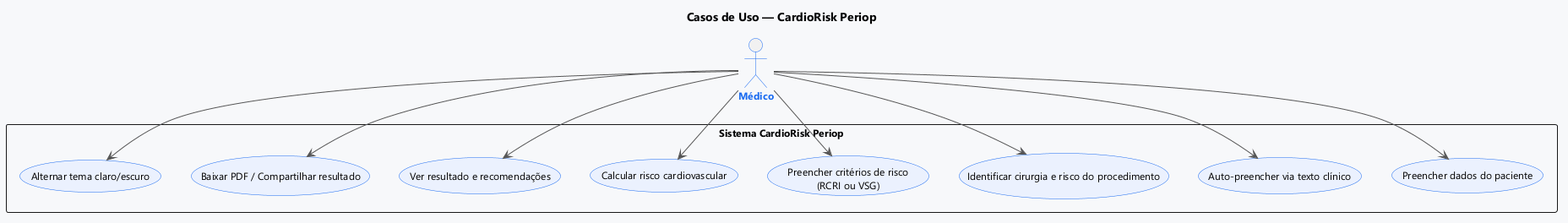
GustavoFrossard/Cardio-Risk-Calc keeps this PlantUML diagram as diagramas/use_case.png. Above is the earlier version.
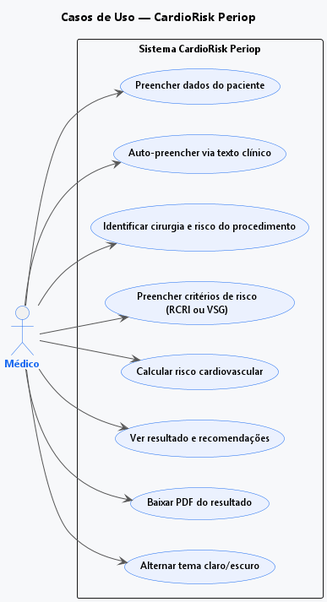
Above is the later version.

Commit message:
Use case diagram: drop sharing, keep PDF download

The "Baixar PDF / Compartilhar resultado" case covered a feature the
product does not have. Narrowed it to "Baixar PDF do resultado".

Also switch to left-to-right layout so the actor sits beside the cases
instead of above them, and rename the @startuml id to use_case so the
renderer writes back to use_case.png instead of a new file.

The edit, as a diff of the source:
```diff
@@ -1,5 +1,7 @@
-@startuml CardioRisk_CasosDeUso
+@startuml use_case
 title Casos de Uso — CardioRisk Periop
+
+left to right direction
 
 skinparam backgroundColor #F7F8FA
 skinparam defaultFontName Segoe UI
@@ -28,7 +30,7 @@
   usecase "Preencher critérios de risco\n(RCRI ou VSG)"   as UC4
   usecase "Calcular risco cardiovascular"                 as UC5
   usecase "Ver resultado e recomendações"                 as UC6
-  usecase "Baixar PDF / Compartilhar resultado"           as UC7
+  usecase "Baixar PDF do resultado"                       as UC7
   usecase "Alternar tema claro/escuro"                    as UC8
 }
 
```
